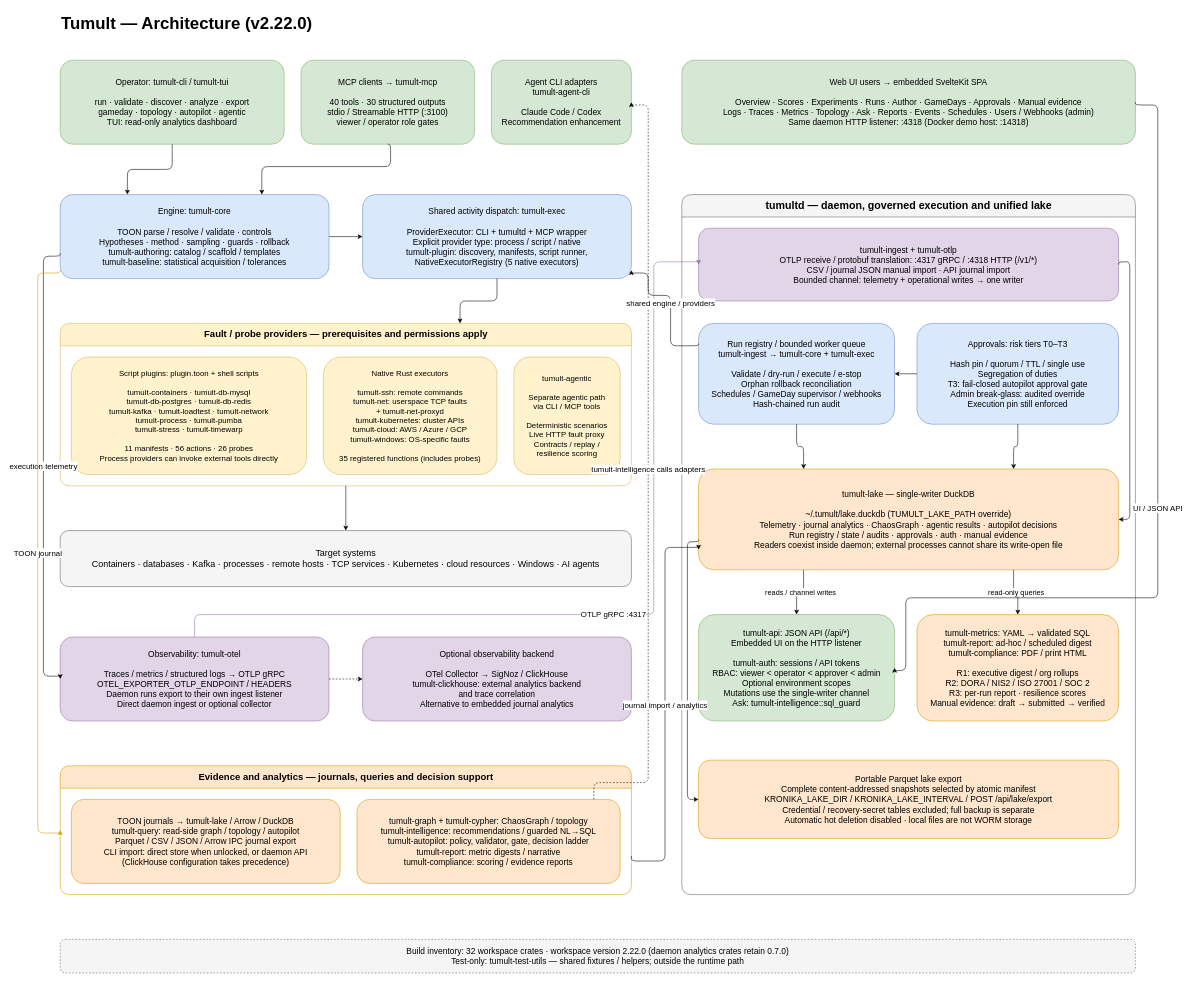
mwigge/tumult keeps this draw.io diagram as page "High-Level Architecture" (1 of 3) of docs/architecture/tumult-architecture.drawio. Above is the earlier version. Source tidied: cells renumbered, new cells numbered last; positions are measured from the earlier drawing's top-left corner, leaving out a move shared by most shapes. Both pictures are drawn from the tidied source at 56%, with x=0, y=0 at pixel (38, 10).
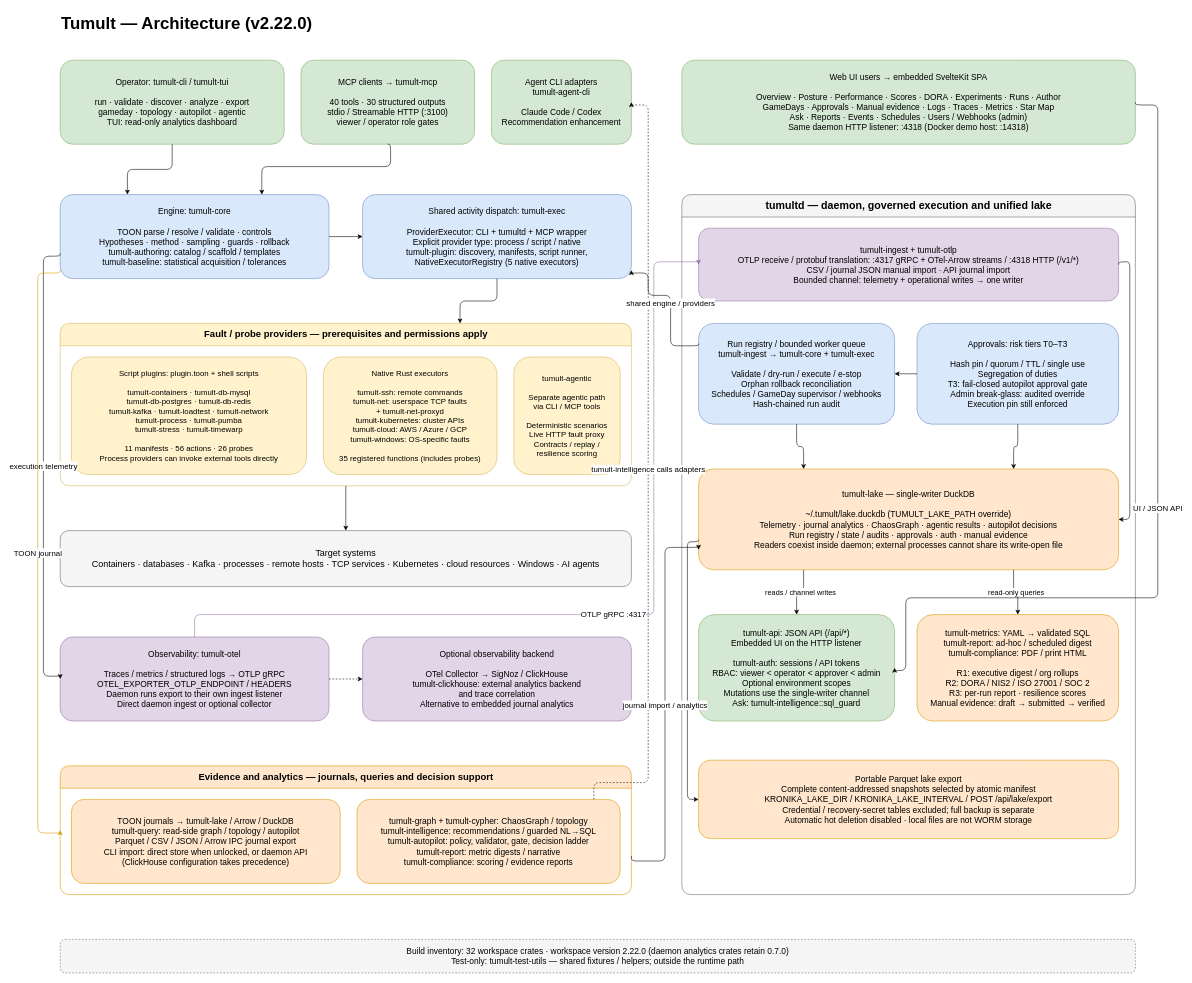
The same page after the edit.

Commit message (it also covers changes not shown here):
docs: update architecture drawing labels and the deferred note in the performance guide

The drawing lists the current Kronika pages and OTel-Arrow on the gRPC listener. The performance guide no longer says the forecast crate does not exist; soak drift and NFR headroom forecasts remain unbuilt.

The change refers to these unchanged cells:
```xml
<mxCell id="19" value="tumultd — daemon, governed execution and unified lake" style="swimlane;html=1;startSize=40;fillColor=#f5f5f5;strokeColor=#666666;fontSize=19;fontStyle=1;rounded=1;" parent="1" vertex="1">
  <mxGeometry x="1150" y="330" width="810" height="1250" as="geometry" />
</mxCell>
```

The edit, as a diff of the source:
```diff
@@
-    <mxCell id="6" value="Web UI users → embedded SvelteKit SPA&#10;&#10;Overview · Scores · Experiments · Runs · Author · GameDays · Approvals · Manual evidence&#10;Logs · Traces · Metrics · Topology · Ask · Reports · Events · Schedules · Users / Webhooks (admin)&#10;Same daemon HTTP listener: :4318 (Docker demo host: :14318)" style="rounded=1;whiteSpace=wrap;html=1;fillColor=#d5e8d4;strokeColor=#82b366;fontSize=15;spacing=12;" parent="1" vertex="1">
+    <mxCell id="6" value="Web UI users → embedded SvelteKit SPA&#10;&#10;Overview · Posture · Performance · Scores · DORA · Experiments · Runs · Author&#10;GameDays · Approvals · Manual evidence · Logs · Traces · Metrics · Star Map&#10;Ask · Reports · Events · Schedules · Users / Webhooks (admin)&#10;Same daemon HTTP listener: :4318 (Docker demo host: :14318)" style="rounded=1;whiteSpace=wrap;html=1;fillColor=#d5e8d4;strokeColor=#82b366;fontSize=15;spacing=12;" parent="1" vertex="1">
       <mxGeometry x="1150" y="90" width="810" height="150" as="geometry" />
     </mxCell>
@@
-    <mxCell id="20" value="tumult-ingest + tumult-otlp&#10;OTLP receive / protobuf translation: :4317 gRPC / :4318 HTTP (/v1/*)&#10;CSV / journal JSON manual import · API journal import&#10;Bounded channel: telemetry + operational writes → one writer" style="rounded=1;whiteSpace=wrap;html=1;fillColor=#e1d5e7;strokeColor=#9673a6;fontSize=15;spacing=12;" parent="19" vertex="1">
+    <mxCell id="20" value="tumult-ingest + tumult-otlp&#10;OTLP receive / protobuf translation: :4317 gRPC + OTel-Arrow streams / :4318 HTTP (/v1/*)&#10;CSV / journal JSON manual import · API journal import&#10;Bounded channel: telemetry + operational writes → one writer" style="rounded=1;whiteSpace=wrap;html=1;fillColor=#e1d5e7;strokeColor=#9673a6;fontSize=15;spacing=12;" parent="19" vertex="1">
       <mxGeometry x="30" y="60" width="750" height="130" as="geometry" />
     </mxCell>
```
